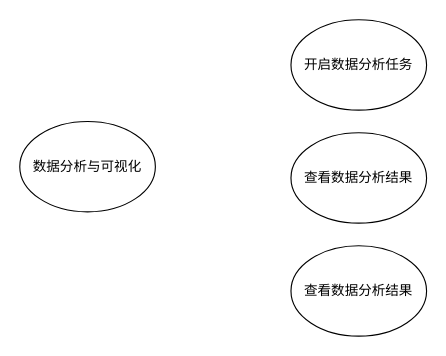
The draw.io diagram 数据分析与可视化.drawio in fengyouliang/drawio, before the edit. Source tidied: cells renumbered, new cells numbered last; positions are measured from the earlier drawing's top-left corner, leaving out a move shared by most shapes. Both pictures are drawn from the tidied source at 113%, with x=0, y=0 at pixel (19, 19).
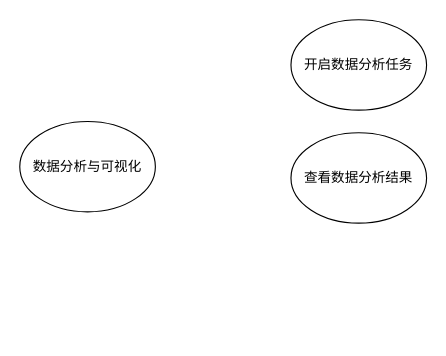
The same page after the edit.

Commit message (it also covers changes not shown here):
Update 数据分析与可视化.drawio

Diff of the diagram source:
```diff
@@
 <mxGraphModel>
   <root>
     <mxCell id="0" />
     <mxCell id="1" parent="0" />
     <mxCell id="2" value="数据分析与可视化" style="ellipse;whiteSpace=wrap;html=1;" parent="1" vertex="1">
       <mxGeometry y="90" width="120" height="80" as="geometry" />
     </mxCell>
     <mxCell id="3" value="查看数据分析结果" style="ellipse;whiteSpace=wrap;html=1;" parent="1" vertex="1">
       <mxGeometry x="240" y="100" width="120" height="80" as="geometry" />
     </mxCell>
     <mxCell id="4" value="开启数据分析任务" style="ellipse;whiteSpace=wrap;html=1;" parent="1" vertex="1">
       <mxGeometry x="240" width="120" height="80" as="geometry" />
     </mxCell>
-    <mxCell id="5" value="查看数据分析结果" style="ellipse;whiteSpace=wrap;html=1;" parent="1" vertex="1">
-      <mxGeometry x="240" y="200" width="120" height="80" as="geometry" />
-    </mxCell>
   </root>
 </mxGraphModel>
```
